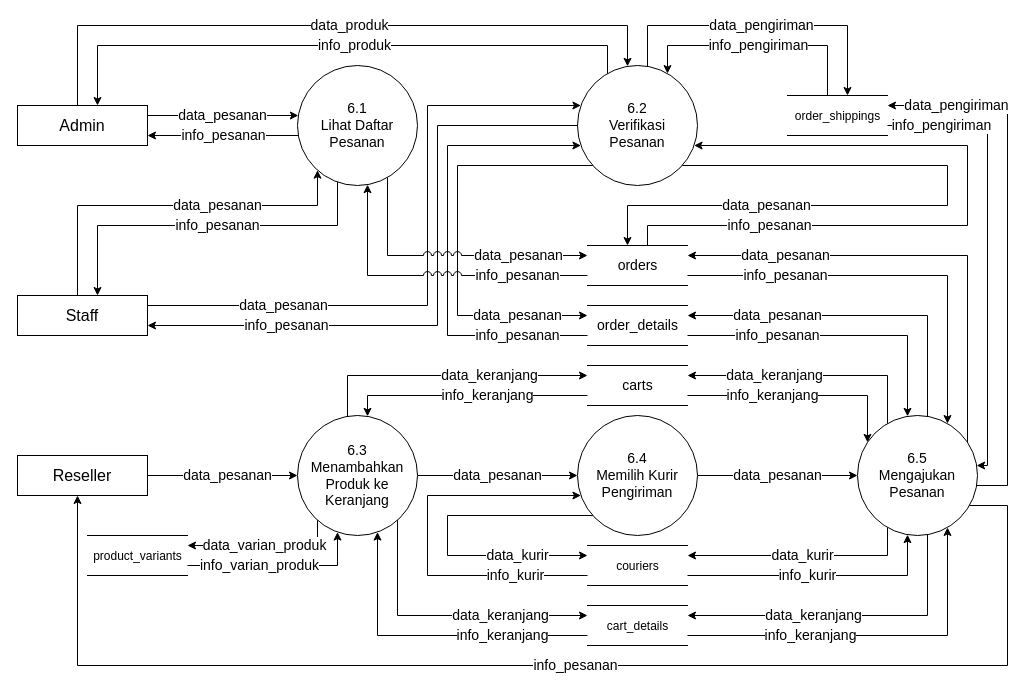
FarrelArrahman/si_manajemen_reseller keeps this draw.io diagram as laporan/DFD/DFD Level 1 Pesanan.drawio. Above is the earlier version. Source tidied: cells renumbered, new cells numbered last; positions are measured from the earlier drawing's top-left corner, leaving out a move shared by most shapes. Both pictures are drawn from the tidied source at 100%, with x=0, y=0 at pixel (17, 25).
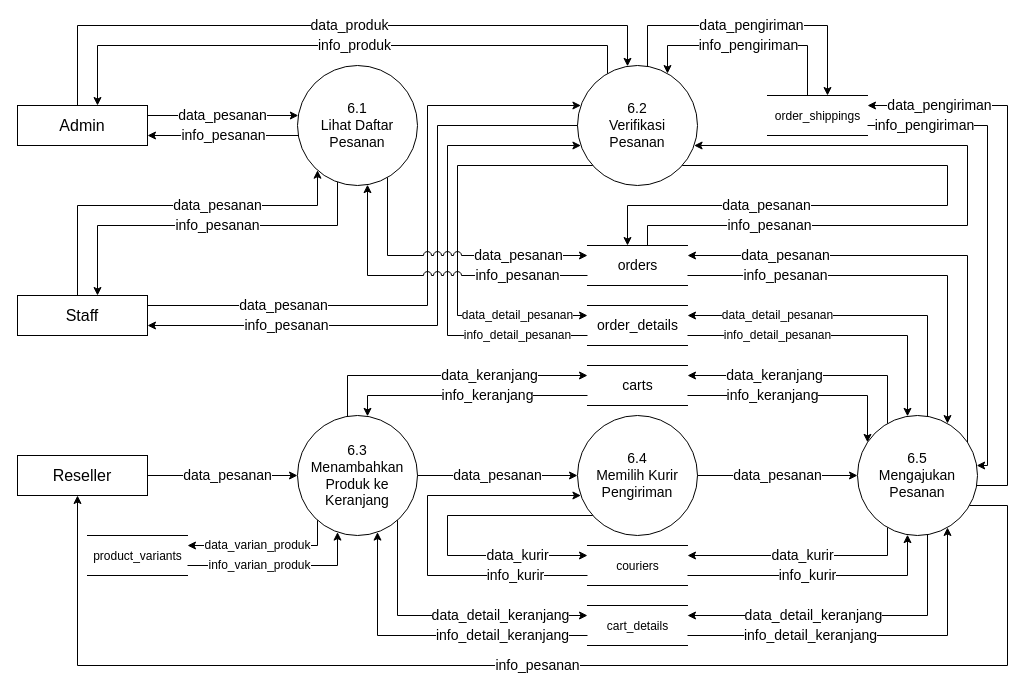
After the change.

Unchanged cells that the change refers to:
```xml
<mxCell id="6" value="Reseller" style="rounded=0;whiteSpace=wrap;html=1;fontSize=16;" parent="1" vertex="1">
  <mxGeometry y="430" width="130" height="40" as="geometry" />
</mxCell>
<mxCell id="7" value="&lt;font style=&quot;font-size: 14px&quot;&gt;6.2&lt;br&gt;Verifikasi &lt;br&gt;Pesanan&lt;br&gt;&lt;/font&gt;" style="ellipse;whiteSpace=wrap;html=1;" parent="1" vertex="1">
  <mxGeometry x="560" y="40" width="120" height="120" as="geometry" />
</mxCell>
<mxCell id="10" value="&lt;font style=&quot;font-size: 14px&quot;&gt;6.3&lt;br&gt;Menambahkan Produk ke Keranjang&lt;br&gt;&lt;/font&gt;" style="ellipse;whiteSpace=wrap;html=1;" parent="1" vertex="1">
  <mxGeometry x="280" y="390" width="120" height="120" as="geometry" />
</mxCell>
<mxCell id="18" value="&lt;font style=&quot;font-size: 12px&quot;&gt;product_variants&lt;/font&gt;" style="html=1;dashed=0;whitespace=wrap;shape=partialRectangle;right=0;left=0;fontSize=14;" parent="1" vertex="1">
  <mxGeometry x="70" y="510" width="100" height="40" as="geometry" />
</mxCell>
<mxCell id="26" value="&lt;font style=&quot;font-size: 14px&quot;&gt;6.5&lt;br&gt;Mengajukan Pesanan&lt;br&gt;&lt;/font&gt;" style="ellipse;whiteSpace=wrap;html=1;" parent="1" vertex="1">
  <mxGeometry x="840" y="390" width="120" height="120" as="geometry" />
</mxCell>
<mxCell id="36" value="&lt;font style=&quot;font-size: 12px&quot;&gt;cart_details&lt;/font&gt;" style="html=1;dashed=0;whitespace=wrap;shape=partialRectangle;right=0;left=0;fontSize=14;" parent="1" vertex="1">
  <mxGeometry x="570" y="580" width="100" height="40" as="geometry" />
</mxCell>
<mxCell id="39" value="order_details" style="html=1;dashed=0;whitespace=wrap;shape=partialRectangle;right=0;left=0;fontSize=14;" parent="1" vertex="1">
  <mxGeometry x="570" y="280" width="100" height="40" as="geometry" />
</mxCell>
```

The edit, as a diff of the source:
```diff
@@
-    <mxCell id="19" value="data_varian_produk" style="edgeStyle=orthogonalEdgeStyle;rounded=0;jettySize=auto;html=1;fontSize=14;" parent="1" edge="1" source="10" target="18">
-      <mxGeometry x="0.01" relative="1" as="geometry">
+    <mxCell id="19" value="data_varian_produk" style="edgeStyle=orthogonalEdgeStyle;rounded=0;jettySize=auto;html=1;fontSize=12;" parent="1" edge="1" source="10" target="18">
+      <mxGeometry x="0.1" relative="1" as="geometry">
         <Array as="points">
           <mxPoint x="300" y="520" />
         </Array>
       </mxGeometry>
     </mxCell>
-    <mxCell id="20" value="info_varian_produk" style="edgeStyle=orthogonalEdgeStyle;rounded=0;jettySize=auto;html=1;fontSize=14;" parent="1" edge="1" source="18" target="10">
+    <mxCell id="20" value="info_varian_produk" style="edgeStyle=orthogonalEdgeStyle;rounded=0;jettySize=auto;html=1;fontSize=12;" parent="1" edge="1" source="18" target="10">
       <mxGeometry x="-0.22" relative="1" as="geometry">
         <Array as="points">
           <mxPoint x="320" y="540" />
         </Array>
       </mxGeometry>
     </mxCell>
@@
     <mxCell id="30" value="info_pesanan" style="edgeStyle=orthogonalEdgeStyle;rounded=0;jettySize=auto;html=1;fontSize=14;" parent="1" edge="1" source="26" target="6">
-      <mxGeometry x="-0.03" relative="1" as="geometry">
+      <mxGeometry x="0.03" relative="1" as="geometry">
         <Array as="points">
           <mxPoint x="990" y="480" />
           <mxPoint x="990" y="640" />
           <mxPoint x="60" y="640" />
         </Array>
       </mxGeometry>
     </mxCell>
@@
-    <mxCell id="37" value="info_keranjang" style="edgeStyle=orthogonalEdgeStyle;rounded=0;jettySize=auto;html=1;fontSize=14;" parent="1" edge="1" source="36" target="10">
+    <mxCell id="37" value="info_detail_keranjang" style="edgeStyle=orthogonalEdgeStyle;rounded=0;jettySize=auto;html=1;fontSize=14;" parent="1" edge="1" source="36" target="10">
       <mxGeometry x="-0.46" relative="1" as="geometry">
         <Array as="points">
           <mxPoint x="360" y="610" />
         </Array>
       </mxGeometry>
     </mxCell>
-    <mxCell id="38" value="data_keranjang" style="edgeStyle=orthogonalEdgeStyle;rounded=0;jettySize=auto;html=1;fontSize=14;" parent="1" edge="1" source="10" target="36">
+    <mxCell id="38" value="data_detail_keranjang" style="edgeStyle=orthogonalEdgeStyle;rounded=0;jettySize=auto;html=1;fontSize=14;" parent="1" edge="1" source="10" target="36">
       <mxGeometry x="0.39" relative="1" as="geometry">
         <Array as="points">
           <mxPoint x="380" y="590" />
         </Array>
       </mxGeometry>
     </mxCell>
@@
-    <mxCell id="40" value="info_pesanan" style="edgeStyle=orthogonalEdgeStyle;rounded=0;jettySize=auto;html=1;fontSize=14;" parent="1" edge="1" source="39" target="26">
+    <mxCell id="40" value="info_detail_pesanan" style="edgeStyle=orthogonalEdgeStyle;rounded=0;jettySize=auto;html=1;fontSize=12;" parent="1" edge="1" source="39" target="26">
       <mxGeometry x="-0.4" relative="1" as="geometry">
         <Array as="points">
           <mxPoint x="890" y="310" />
         </Array>
       </mxGeometry>
     </mxCell>
-    <mxCell id="41" value="data_pesanan" style="edgeStyle=orthogonalEdgeStyle;rounded=0;jettySize=auto;html=1;fontSize=14;" parent="1" edge="1" source="26" target="39">
+    <mxCell id="41" value="data_detail_pesanan" style="edgeStyle=orthogonalEdgeStyle;rounded=0;jettySize=auto;html=1;fontSize=12;" parent="1" edge="1" source="26" target="39">
       <mxGeometry x="0.47" relative="1" as="geometry">
         <Array as="points">
           <mxPoint x="910" y="290" />
         </Array>
       </mxGeometry>
     </mxCell>
     <mxCell id="42" value="&lt;font style=&quot;font-size: 12px&quot;&gt;order_shippings&lt;/font&gt;" style="html=1;dashed=0;whitespace=wrap;shape=partialRectangle;right=0;left=0;fontSize=14;" parent="1" vertex="1">
-      <mxGeometry x="770" y="70" width="100" height="40" as="geometry" />
+      <mxGeometry x="750" y="70" width="100" height="40" as="geometry" />
     </mxCell>
@@
-    <mxCell id="47" value="info_pesanan" style="edgeStyle=orthogonalEdgeStyle;rounded=0;jettySize=auto;html=1;fontSize=14;jumpStyle=arc;jumpSize=8;" parent="1" edge="1" source="39" target="7">
+    <mxCell id="47" value="info_detail_pesanan" style="edgeStyle=orthogonalEdgeStyle;rounded=0;jettySize=auto;html=1;fontSize=12;jumpStyle=arc;jumpSize=8;" parent="1" edge="1" source="39" target="7">
       <mxGeometry x="-0.7" relative="1" as="geometry">
         <Array as="points">
           <mxPoint x="430" y="310" />
           <mxPoint x="430" y="120" />
         </Array>
       </mxGeometry>
     </mxCell>
-    <mxCell id="48" value="data_pesanan" style="edgeStyle=orthogonalEdgeStyle;rounded=0;jettySize=auto;html=1;fontSize=14;jumpStyle=arc;jumpSize=8;" parent="1" edge="1" source="7" target="39">
+    <mxCell id="48" value="data_detail_pesanan" style="edgeStyle=orthogonalEdgeStyle;rounded=0;jettySize=auto;html=1;fontSize=12;jumpStyle=arc;jumpSize=8;" parent="1" edge="1" source="7" target="39">
       <mxGeometry x="0.66" relative="1" as="geometry">
         <Array as="points">
           <mxPoint x="440" y="140" />
           <mxPoint x="440" y="290" />
         </Array>
       </mxGeometry>
     </mxCell>
@@
     <mxCell id="51" value="data_pengiriman" style="edgeStyle=orthogonalEdgeStyle;rounded=0;jettySize=auto;html=1;fontSize=14;" parent="1" edge="1" source="7" target="42">
       <mxGeometry relative="1" as="geometry">
         <Array as="points">
           <mxPoint x="630" />
-          <mxPoint x="830" />
+          <mxPoint x="810" />
         </Array>
       </mxGeometry>
     </mxCell>
     <mxCell id="52" value="info_pengiriman" style="edgeStyle=orthogonalEdgeStyle;rounded=0;jettySize=auto;html=1;fontSize=14;" parent="1" edge="1" source="42" target="7">
       <mxGeometry relative="1" as="geometry">
         <Array as="points">
-          <mxPoint x="810" y="20" />
+          <mxPoint x="790" y="20" />
           <mxPoint x="650" y="20" />
         </Array>
       </mxGeometry>
     </mxCell>
@@
-    <mxCell id="55" value="info_keranjang" style="edgeStyle=orthogonalEdgeStyle;rounded=0;jettySize=auto;html=1;fontSize=14;" parent="1" edge="1" source="36" target="26">
+    <mxCell id="55" value="info_detail_keranjang" style="edgeStyle=orthogonalEdgeStyle;rounded=0;jettySize=auto;html=1;fontSize=14;" parent="1" edge="1" source="36" target="26">
       <mxGeometry x="-0.33" relative="1" as="geometry">
         <Array as="points">
           <mxPoint x="930" y="610" />
         </Array>
       </mxGeometry>
     </mxCell>
-    <mxCell id="56" value="data_keranjang" style="edgeStyle=orthogonalEdgeStyle;rounded=0;jettySize=auto;html=1;fontSize=14;" parent="1" edge="1" source="26" target="36">
+    <mxCell id="56" value="data_detail_keranjang" style="edgeStyle=orthogonalEdgeStyle;rounded=0;jettySize=auto;html=1;fontSize=14;" parent="1" edge="1" source="26" target="36">
       <mxGeometry x="0.22" relative="1" as="geometry">
         <Array as="points">
           <mxPoint x="910" y="590" />
         </Array>
         <mxPoint x="1" as="offset" />
       </mxGeometry>
     </mxCell>
```
